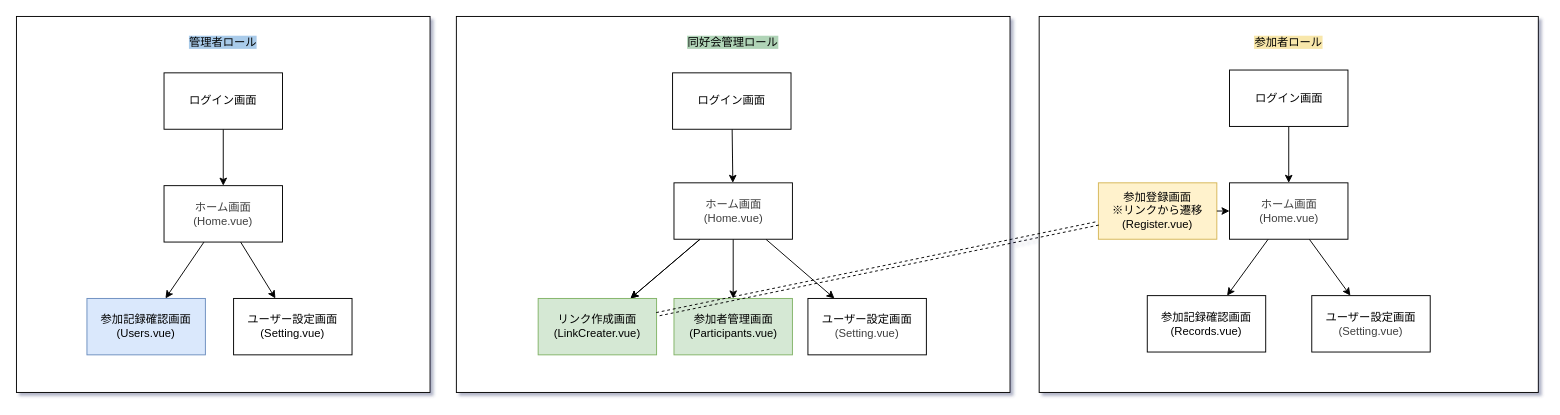
Before: document/遷移図/遷移図.drawio in kondo-akihiro-git/project-Tornado-ClubLog, a draw.io diagram. Source tidied: cells renumbered, new cells numbered last; positions are measured from the earlier drawing's top-left corner, leaving out a move shared by most shapes. Both pictures are drawn from the tidied source at 94%, with x=0, y=0 at pixel (16, 16).
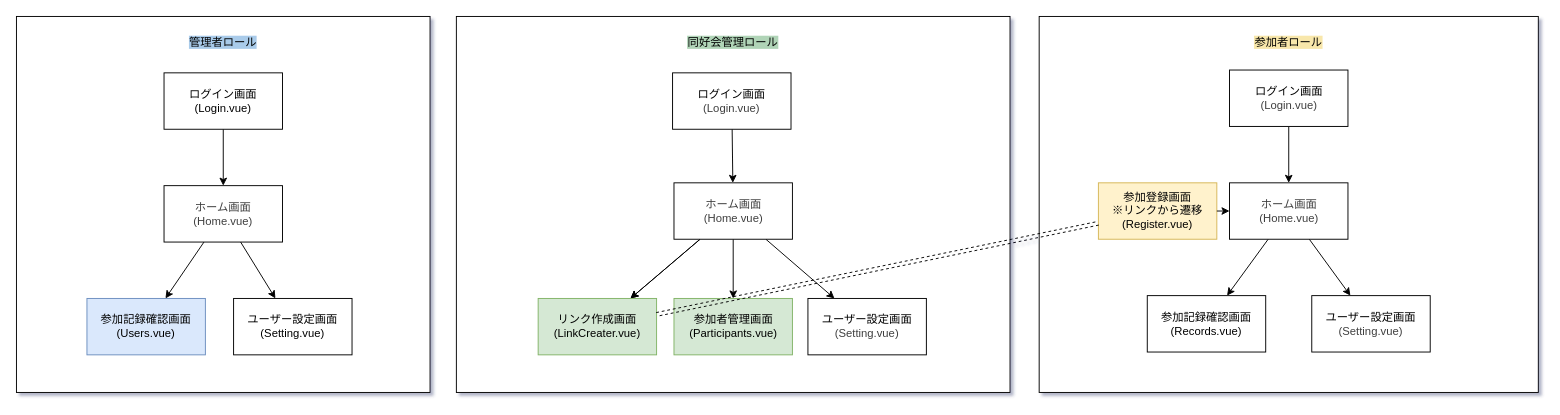
After the change.

Diff of the diagram source:
```diff
@@
-    <mxCell id="4" value="ログイン画面" style="rounded=0;whiteSpace=wrap;html=1;" parent="1" vertex="1">
+    <mxCell id="4" value="ログイン画面&lt;div&gt;&lt;span style=&quot;color: rgb(63, 63, 63);&quot;&gt;(Login.vue)&lt;/span&gt;&lt;/div&gt;" style="rounded=0;whiteSpace=wrap;html=1;" parent="1" vertex="1">
       <mxGeometry x="698" y="60" width="126" height="60" as="geometry" />
     </mxCell>
@@
-    <mxCell id="14" value="ログイン画面" style="rounded=0;whiteSpace=wrap;html=1;" parent="1" vertex="1">
+    <mxCell id="14" value="ログイン画面&lt;div&gt;&lt;span style=&quot;color: rgb(63, 63, 63);&quot;&gt;(Login.vue)&lt;/span&gt;&lt;/div&gt;" style="rounded=0;whiteSpace=wrap;html=1;" parent="1" vertex="1">
       <mxGeometry x="1290.5" y="57" width="126" height="60" as="geometry" />
     </mxCell>
@@
-    <mxCell id="22" value="ログイン画面" style="rounded=0;whiteSpace=wrap;html=1;" parent="1" vertex="1">
+    <mxCell id="22" value="ログイン画面&lt;div&gt;(Login.vue)&lt;/div&gt;" style="rounded=0;whiteSpace=wrap;html=1;" parent="1" vertex="1">
       <mxGeometry x="157" y="60" width="126" height="60" as="geometry" />
     </mxCell>
```
